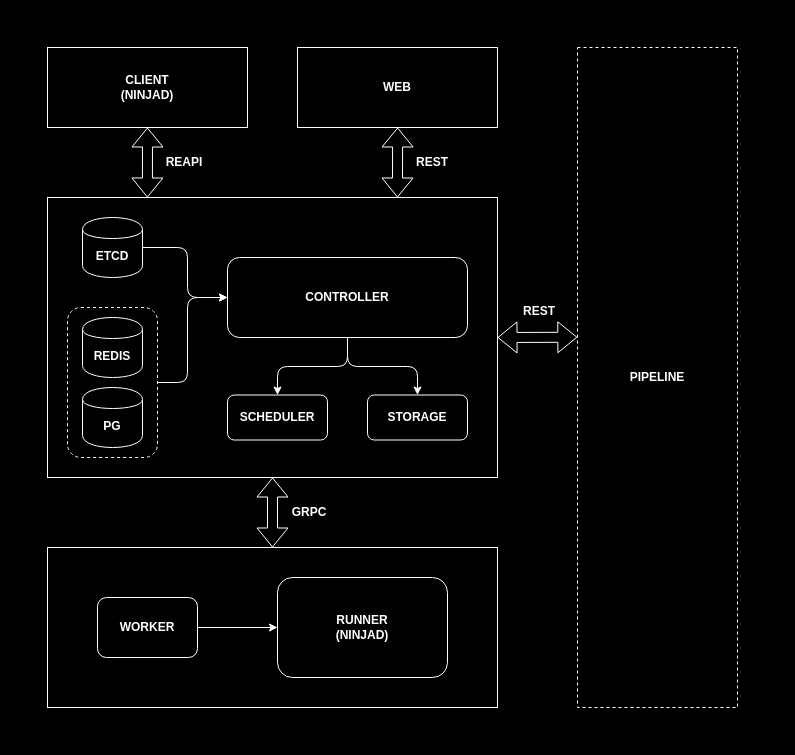
The draw.io diagram static/overview/instroduction/overview.drawio in distbuild/distbuild.github.io, before the edit. Source tidied: cells renumbered, new cells numbered last; positions are measured from the earlier drawing's top-left corner, leaving out a move shared by most shapes. Both pictures are drawn from the tidied source at 100%, with x=0, y=0 at pixel (17, 17).
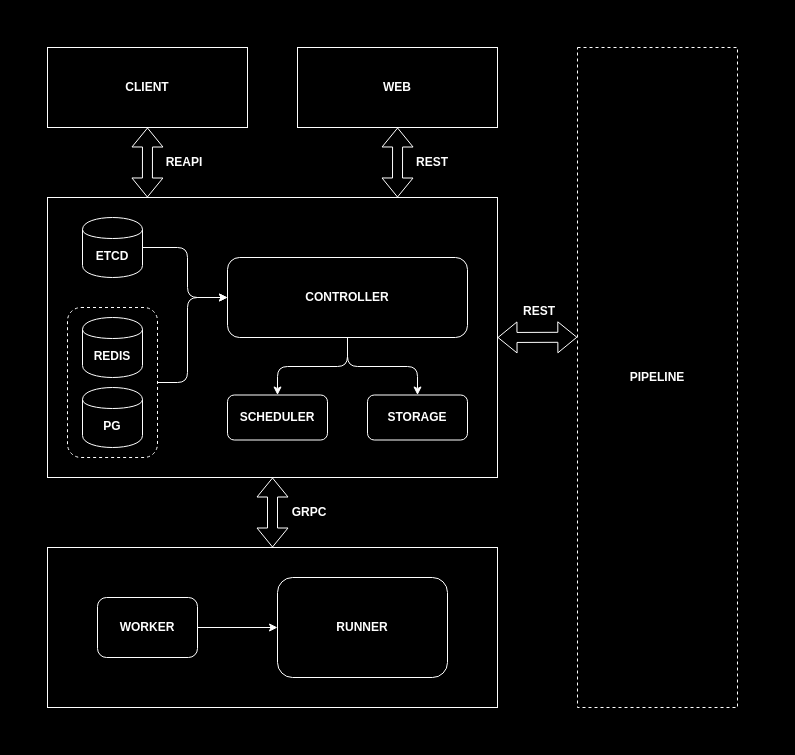
The same diagram, later.

Diff of the diagram source:
```diff
@@
-    <mxCell id="7" value="&lt;b&gt;RUNNER&lt;br&gt;(NINJAD)&lt;/b&gt;" style="rounded=1;whiteSpace=wrap;html=1;fontColor=#FFFFFF;fillColor=#000000;strokeColor=#FFFFFF;" parent="1" vertex="1">
+    <mxCell id="7" value="&lt;b&gt;RUNNER&lt;br&gt;&lt;/b&gt;" style="rounded=1;whiteSpace=wrap;html=1;fontColor=#FFFFFF;fillColor=#000000;strokeColor=#FFFFFF;" parent="1" vertex="1">
       <mxGeometry x="260" y="560" width="170" height="100" as="geometry" />
     </mxCell>
@@
-    <mxCell id="9" value="&lt;b&gt;CLIENT&lt;br&gt;(NINJAD)&lt;/b&gt;" style="rounded=0;whiteSpace=wrap;html=1;strokeColor=#FFFFFF;fillColor=#000000;fontColor=#FFFFFF;" parent="1" vertex="1">
+    <mxCell id="9" value="&lt;b&gt;CLIENT&lt;br&gt;&lt;/b&gt;" style="rounded=0;whiteSpace=wrap;html=1;strokeColor=#FFFFFF;fillColor=#000000;fontColor=#FFFFFF;" parent="1" vertex="1">
       <mxGeometry x="30" y="30" width="200" height="80" as="geometry" />
     </mxCell>
```
